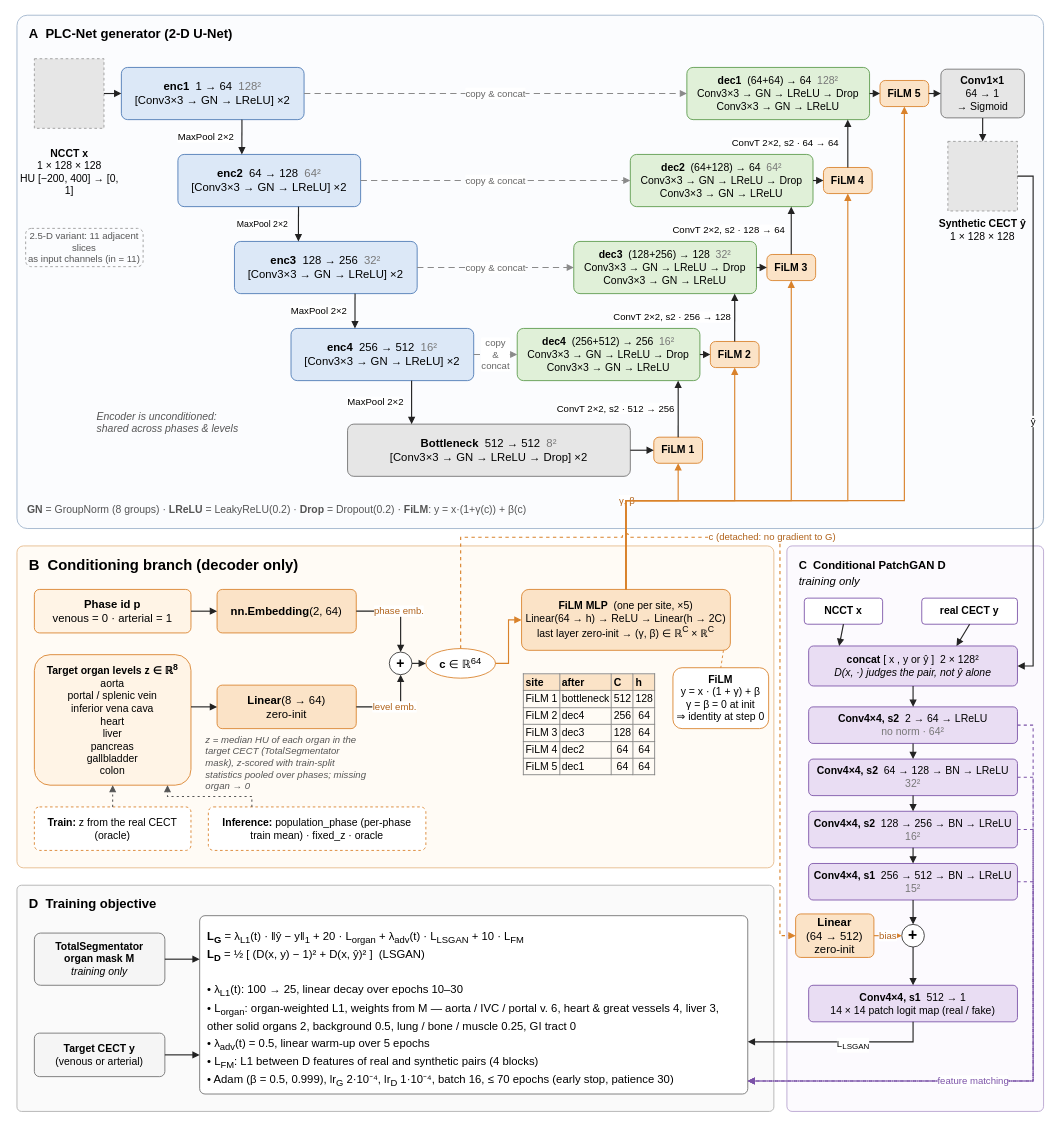
This is figs/synthesis/plcnet_architecture.drawio from danaeis/master_thesis, a draw.io file, before an edit. Source tidied: cells renumbered, new cells numbered last; positions are measured from the earlier drawing's top-left corner, leaving out a move shared by most shapes. Both pictures are drawn from the tidied source at 87%, with x=0, y=0 at pixel (15, 15). Pictures stored in the file or linked from it are replaced by grey dashed boxes.
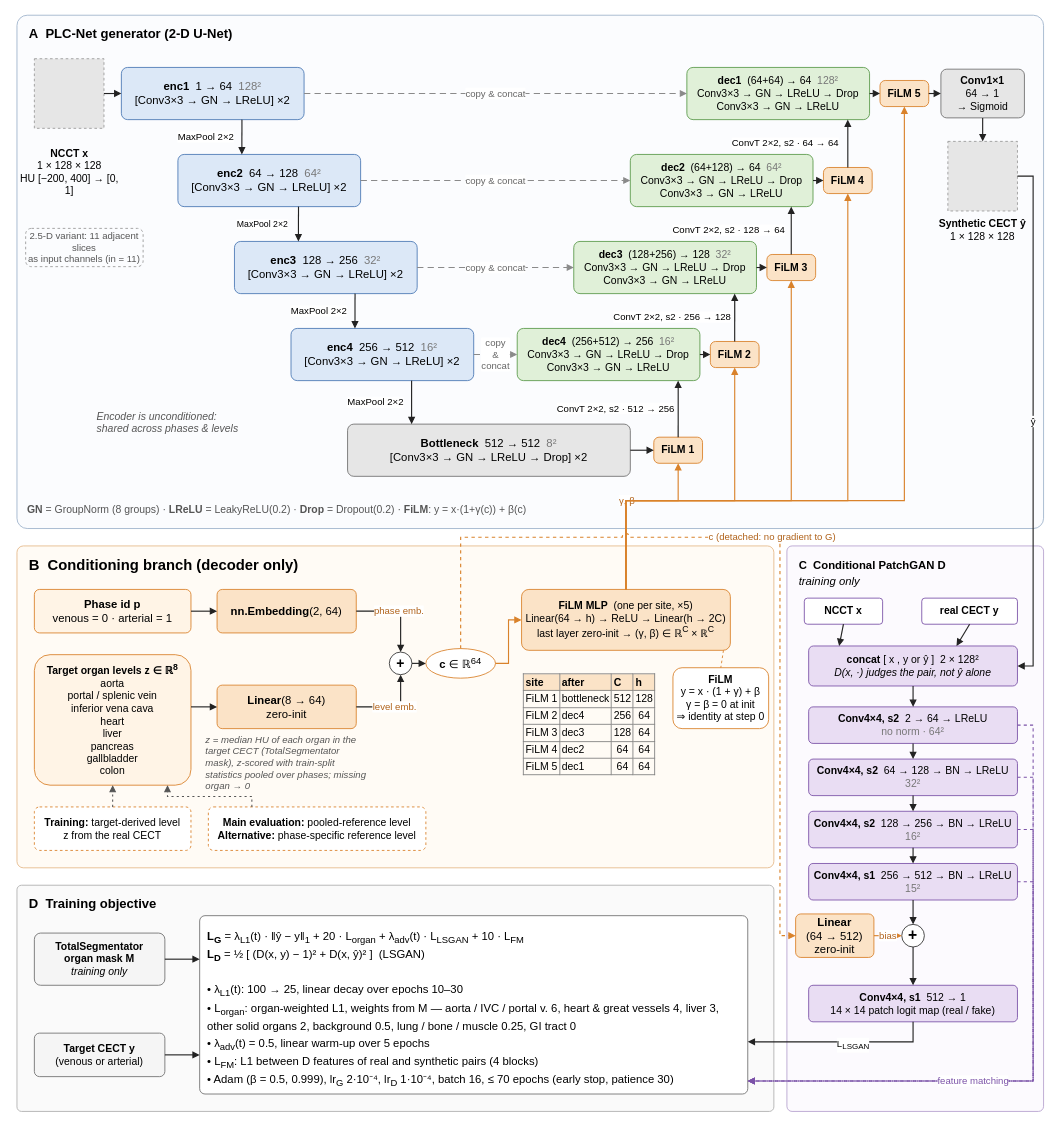
The same page after the edit.

Change to the diagram source:
```diff
@@
-    <mxCell id="70" value="&lt;font style=&quot;font-size: 12px;&quot;&gt;&lt;b style=&quot;&quot;&gt;Train:&lt;/b&gt; z from the real CECT (oracle)&lt;/font&gt;" style="fontFamily=Helvetica;fontSize=11;html=1;whiteSpace=wrap;rounded=1;arcSize=12;fillColor=#FBE3C7;strokeColor=#D9822B;fillColor=#FFFFFF;dashed=1;fontSize=10;" parent="1" vertex="1">
+    <mxCell id="70" value="&lt;font style=&quot;font-size: 12px;&quot;&gt;&lt;b style=&quot;&quot;&gt;Training:&lt;/b&gt; target-derived level&lt;br&gt;z from the real CECT&lt;/font&gt;" style="fontFamily=Helvetica;fontSize=11;html=1;whiteSpace=wrap;rounded=1;arcSize=12;fillColor=#FBE3C7;strokeColor=#D9822B;fillColor=#FFFFFF;dashed=1;fontSize=10;" parent="1" vertex="1">
       <mxGeometry x="22" y="910" width="180" height="50" as="geometry" />
     </mxCell>
-    <mxCell id="71" value="&lt;font style=&quot;font-size: 12px;&quot;&gt;&lt;b style=&quot;&quot;&gt;Inference:&lt;/b&gt; population_phase (per-phase&lt;br&gt;train mean) · fixed_z · oracle&lt;/font&gt;" style="fontFamily=Helvetica;fontSize=11;html=1;whiteSpace=wrap;rounded=1;arcSize=12;fillColor=#FBE3C7;strokeColor=#D9822B;fillColor=#FFFFFF;dashed=1;fontSize=10;" parent="1" vertex="1">
+    <mxCell id="71" value="&lt;font style=&quot;font-size: 12px;&quot;&gt;&lt;b style=&quot;&quot;&gt;Main evaluation:&lt;/b&gt; pooled-reference level&lt;br&gt;&lt;b&gt;Alternative:&lt;/b&gt; phase-specific reference level&lt;/font&gt;" style="fontFamily=Helvetica;fontSize=11;html=1;whiteSpace=wrap;rounded=1;arcSize=12;fillColor=#FBE3C7;strokeColor=#D9822B;fillColor=#FFFFFF;dashed=1;fontSize=10;" parent="1" vertex="1">
       <mxGeometry x="222" y="910" width="250" height="50" as="geometry" />
     </mxCell>
```
